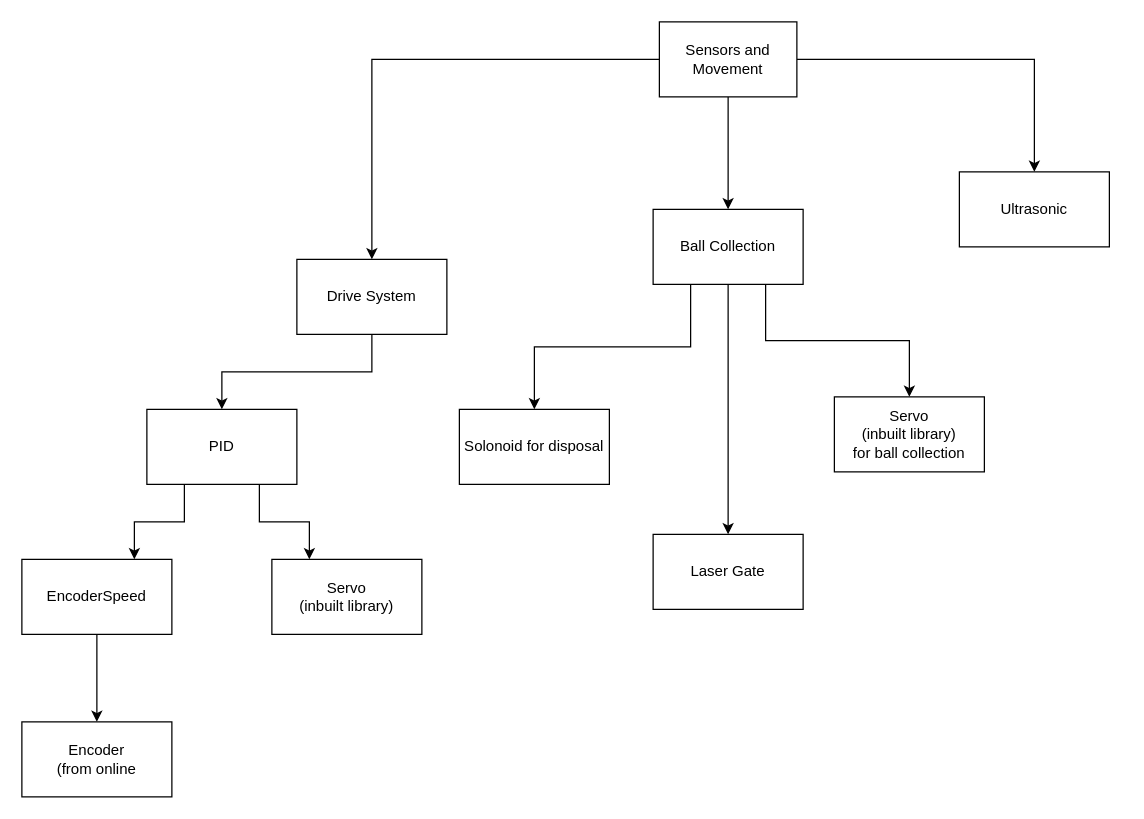
Above: Diagrams/Untitled Diagram.drawio in Daniel-Git-Hub/ENGG3000_T6 (draw.io), before the change. Source tidied: cells renumbered, new cells numbered last; positions are measured from the earlier drawing's top-left corner, leaving out a move shared by most shapes. Both pictures are drawn from the tidied source at 125%, with x=0, y=0 at pixel (21, 21).
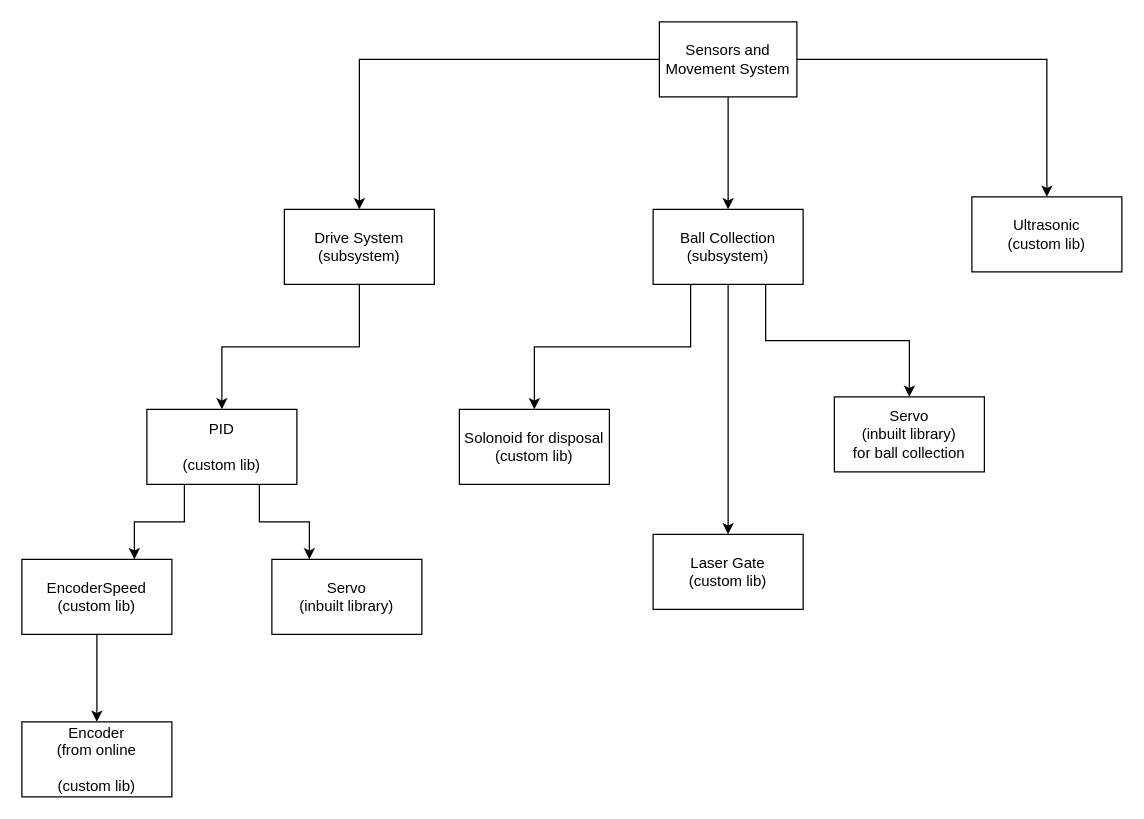
Above is the later version.

What changed in the source:
```diff
@@
-    <mxCell id="3" value="Drive System" style="rounded=0;whiteSpace=wrap;html=1;" parent="1" vertex="1">
-      <mxGeometry x="220" y="190" width="120" height="60" as="geometry" />
+    <mxCell id="3" value="Drive System&lt;br&gt;(subsystem)" style="rounded=0;whiteSpace=wrap;html=1;" parent="1" vertex="1">
+      <mxGeometry x="210" y="150" width="120" height="60" as="geometry" />
     </mxCell>
@@
-    <mxCell id="6" value="PID" style="rounded=0;whiteSpace=wrap;html=1;" parent="1" vertex="1">
+    <mxCell id="6" value="PID&lt;br&gt;&lt;br&gt;(custom lib)" style="rounded=0;whiteSpace=wrap;html=1;" parent="1" vertex="1">
       <mxGeometry x="100" y="310" width="120" height="60" as="geometry" />
     </mxCell>
@@
-    <mxCell id="9" value="EncoderSpeed" style="rounded=0;whiteSpace=wrap;html=1;" parent="1" vertex="1">
+    <mxCell id="9" value="EncoderSpeed&lt;br&gt;(custom lib)" style="rounded=0;whiteSpace=wrap;html=1;" parent="1" vertex="1">
       <mxGeometry y="430" width="120" height="60" as="geometry" />
     </mxCell>
-    <mxCell id="10" value="Encoder&lt;br&gt;(from online" style="rounded=0;whiteSpace=wrap;html=1;" parent="1" vertex="1">
+    <mxCell id="10" value="Encoder&lt;br&gt;(from online&lt;br&gt;&lt;br&gt;(custom lib)" style="rounded=0;whiteSpace=wrap;html=1;" parent="1" vertex="1">
       <mxGeometry y="560" width="120" height="60" as="geometry" />
     </mxCell>
@@
-    <mxCell id="15" value="Sensors and Movement" style="rounded=0;whiteSpace=wrap;html=1;" parent="1" vertex="1">
+    <mxCell id="15" value="Sensors and Movement System" style="rounded=0;whiteSpace=wrap;html=1;" parent="1" vertex="1">
       <mxGeometry x="510" width="110" height="60" as="geometry" />
     </mxCell>
@@
-    <mxCell id="19" value="Ball Collection" style="whiteSpace=wrap;html=1;" parent="1" vertex="1">
+    <mxCell id="19" value="Ball Collection&lt;br&gt;(subsystem)" style="whiteSpace=wrap;html=1;" parent="1" vertex="1">
       <mxGeometry x="505" y="150" width="120" height="60" as="geometry" />
     </mxCell>
-    <mxCell id="20" value="Ultrasonic" style="whiteSpace=wrap;html=1;" parent="1" vertex="1">
-      <mxGeometry x="750" y="120" width="120" height="60" as="geometry" />
+    <mxCell id="20" value="Ultrasonic&lt;br&gt;(custom lib)" style="whiteSpace=wrap;html=1;" parent="1" vertex="1">
+      <mxGeometry x="760" y="140" width="120" height="60" as="geometry" />
     </mxCell>
-    <mxCell id="21" value="Solonoid for disposal" style="whiteSpace=wrap;html=1;" parent="1" vertex="1">
+    <mxCell id="21" value="Solonoid for disposal&lt;br&gt;(custom lib)" style="whiteSpace=wrap;html=1;" parent="1" vertex="1">
       <mxGeometry x="350" y="310" width="120" height="60" as="geometry" />
     </mxCell>
-    <mxCell id="22" value="Laser Gate" style="whiteSpace=wrap;html=1;" parent="1" vertex="1">
+    <mxCell id="22" value="Laser Gate&lt;br&gt;(custom lib)" style="whiteSpace=wrap;html=1;" parent="1" vertex="1">
       <mxGeometry x="505" y="410" width="120" height="60" as="geometry" />
     </mxCell>
```
